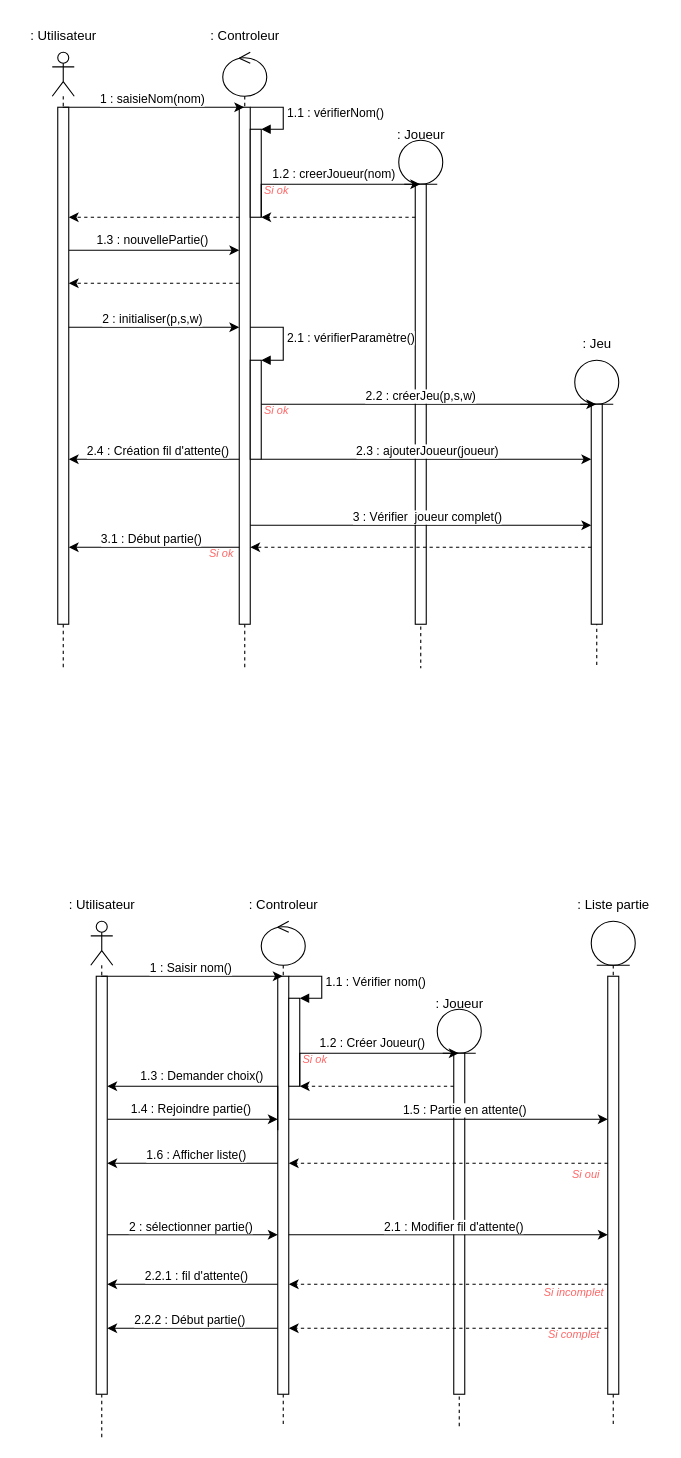
Before: Sequence.drawio in Mat-gif/TER_Gsociety, a draw.io diagram. Source tidied: cells renumbered, new cells numbered last; positions are measured from the earlier drawing's top-left corner, leaving out a move shared by most shapes. Both pictures are drawn from the tidied source at 110%, with x=0, y=0 at pixel (19, 19).
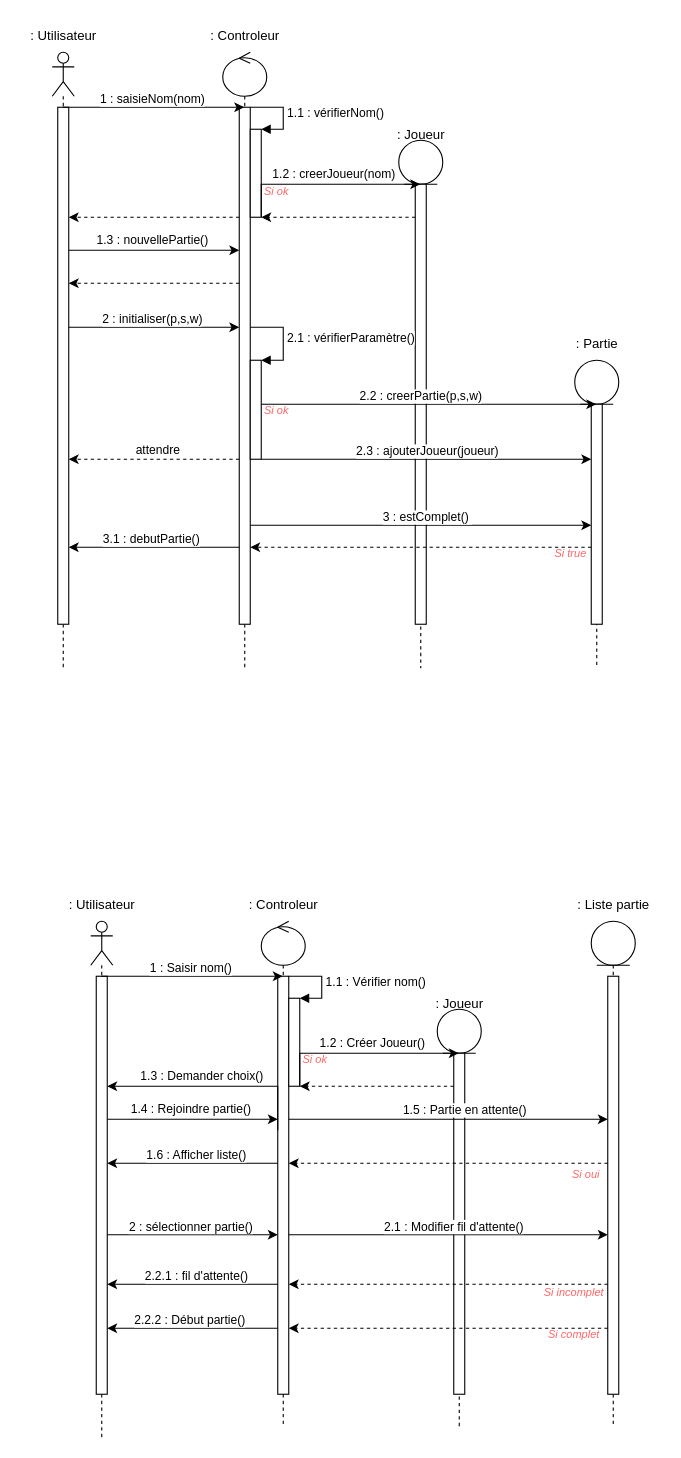
The same page after the edit.

Commit message (it also covers changes not shown here):
Mettre à jour Sequence.drawio

The change refers to these unchanged cells:
```xml
<mxCell id="5" style="html=1;points=[];perimeter=orthogonalPerimeter;outlineConnect=0;targetShapes=umlLifeline;portConstraint=eastwest;newEdgeStyle={&quot;edgeStyle&quot;:&quot;elbowEdgeStyle&quot;,&quot;elbow&quot;:&quot;vertical&quot;,&quot;curved&quot;:0,&quot;rounded&quot;:0};" parent="2" vertex="1">
  <mxGeometry x="5" y="50" width="10" height="470" as="geometry" />
</mxCell>
<mxCell id="14" style="html=1;points=[];perimeter=orthogonalPerimeter;outlineConnect=0;targetShapes=umlLifeline;portConstraint=eastwest;newEdgeStyle={&quot;edgeStyle&quot;:&quot;elbowEdgeStyle&quot;,&quot;elbow&quot;:&quot;vertical&quot;,&quot;curved&quot;:0,&quot;rounded&quot;:0};" parent="13" vertex="1">
  <mxGeometry x="15" y="50" width="10" height="470" as="geometry" />
</mxCell>
<mxCell id="29" style="edgeStyle=elbowEdgeStyle;rounded=0;jettySize=auto;html=1;elbow=vertical;curved=0;" parent="1" edge="1" source="17" target="10">
  <mxGeometry relative="1" as="geometry">
    <Array as="points">
      <mxPoint x="350" y="350" />
    </Array>
  </mxGeometry>
</mxCell>
<mxCell id="36" style="edgeStyle=elbowEdgeStyle;rounded=0;jettySize=auto;html=1;elbow=vertical;curved=0;" parent="1" edge="1" source="14">
  <mxGeometry relative="1" as="geometry">
    <mxPoint x="520" y="460" as="targetPoint" />
    <Array as="points">
      <mxPoint x="420" y="460" />
    </Array>
  </mxGeometry>
</mxCell>
<mxCell id="39" style="edgeStyle=elbowEdgeStyle;rounded=0;jettySize=auto;html=1;elbow=vertical;curved=0;" parent="1" edge="1" source="14" target="5">
  <mxGeometry relative="1" as="geometry">
    <Array as="points">
      <mxPoint x="130" y="480" />
    </Array>
  </mxGeometry>
</mxCell>
```

What changed in the source:
```diff
@@
-    <mxCell id="12" value=": Jeu" style="text;html=1;align=center;verticalAlign=middle;strokeColor=none;fillColor=none;" parent="1" vertex="1">
-      <mxGeometry x="500" y="280" width="50" height="30" as="geometry" />
+    <mxCell id="12" value=": Partie" style="text;html=1;align=center;verticalAlign=middle;strokeColor=none;fillColor=none;" parent="1" vertex="1">
+      <mxGeometry x="495" y="280" width="60" height="30" as="geometry" />
     </mxCell>
@@
     <mxCell id="28" value="&lt;font style=&quot;font-size: 10px;&quot;&gt;&lt;i&gt;Si ok&amp;nbsp;&lt;/i&gt;&lt;/font&gt;" style="text;html=1;align=center;verticalAlign=middle;strokeColor=none;fillColor=none;fontColor=#FF6666;" parent="1" vertex="1">
-      <mxGeometry x="210" y="140" width="50" height="30" as="geometry" />
+      <mxGeometry x="210" y="141" width="50" height="30" as="geometry" />
     </mxCell>
@@
-    <mxCell id="30" value="2.2 : créerJeu(p,s,w)" style="edgeLabel;html=1;align=center;verticalAlign=middle;" parent="29" vertex="1">
+    <mxCell id="30" value="2.2 : creerPartie(p,s,w)" style="edgeLabel;html=1;align=center;verticalAlign=middle;" parent="29" vertex="1">
       <mxGeometry x="-0.34" y="4" relative="1" as="geometry">
         <mxPoint x="44" y="-4" as="offset" />
       </mxGeometry>
     </mxCell>
@@
-    <mxCell id="32" style="edgeStyle=elbowEdgeStyle;rounded=0;jettySize=auto;html=1;elbow=vertical;curved=0;" parent="1" edge="1" source="14" target="5">
+    <mxCell id="32" style="edgeStyle=elbowEdgeStyle;rounded=0;jettySize=auto;html=1;elbow=vertical;curved=0;dashed=1;" parent="1" edge="1" source="14" target="5">
       <mxGeometry relative="1" as="geometry">
         <Array as="points">
           <mxPoint x="130" y="400" />
         </Array>
       </mxGeometry>
     </mxCell>
-    <mxCell id="33" value="2.4 : Création fil d'attente()" style="edgeLabel;html=1;align=center;verticalAlign=middle;" parent="32" vertex="1">
+    <mxCell id="33" value="attendre" style="edgeLabel;html=1;align=center;verticalAlign=middle;" parent="32" vertex="1">
       <mxGeometry x="0.42" y="3" relative="1" as="geometry">
-        <mxPoint x="35" y="-11" as="offset" />
+        <mxPoint x="35" y="-12" as="offset" />
       </mxGeometry>
     </mxCell>
@@
-    <mxCell id="37" value="3 : Vérifier&amp;nbsp; joueur complet()" style="edgeLabel;html=1;align=center;verticalAlign=middle;" parent="36" vertex="1">
+    <mxCell id="37" value="3 : estComplet()&amp;nbsp;" style="edgeLabel;html=1;align=center;verticalAlign=middle;" parent="36" vertex="1">
       <mxGeometry x="0.25" y="2" relative="1" as="geometry">
         <mxPoint x="-34" y="-6" as="offset" />
       </mxGeometry>
     </mxCell>
@@
-    <mxCell id="40" value="3.1 : Début partie()" style="edgeLabel;html=1;align=center;verticalAlign=middle;" parent="39" vertex="1">
+    <mxCell id="40" value="3.1 : debutPartie()" style="edgeLabel;html=1;align=center;verticalAlign=middle;" parent="39" vertex="1">
       <mxGeometry x="0.17" y="3" relative="1" as="geometry">
         <mxPoint x="10" y="-11" as="offset" />
       </mxGeometry>
     </mxCell>
-    <mxCell id="41" value="&lt;font style=&quot;font-size: 10px;&quot;&gt;&lt;i&gt;Si ok&amp;nbsp;&lt;/i&gt;&lt;/font&gt;" style="text;html=1;align=center;verticalAlign=middle;strokeColor=none;fillColor=none;fontColor=#FF6666;" parent="1" vertex="1">
-      <mxGeometry x="160" y="470" width="50" height="30" as="geometry" />
+    <mxCell id="41" value="&lt;font style=&quot;font-size: 10px;&quot;&gt;&lt;i&gt;Si true&lt;/i&gt;&lt;/font&gt;" style="text;html=1;align=center;verticalAlign=middle;strokeColor=none;fillColor=none;fontColor=#FF6666;" parent="1" vertex="1">
+      <mxGeometry x="476" y="470" width="50" height="30" as="geometry" />
     </mxCell>
```
